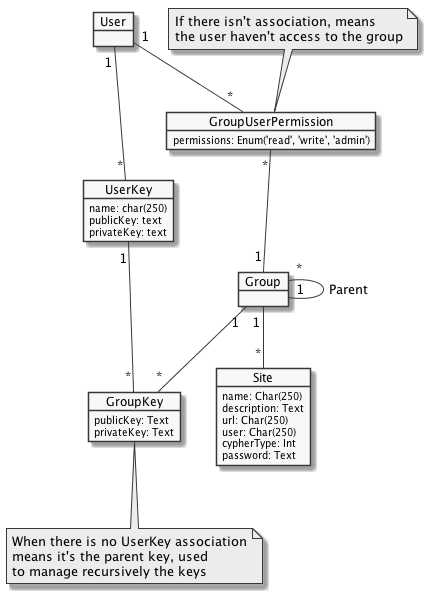
The PlantUML diagram doc/database.png in Dracks/password-manager-django, before a commit. The source it was exported from:
```plantuml
@startuml

skinparam monochrome true

object User {

}

object UserKey {
	name: char(250)
	publicKey: text
	privateKey: text
}

object Group {

}

object GroupKey {
	publicKey: Text
	privateKey: Text
}

note bottom
When there is no UserKey association
means it's the parent key, used
to manage recursively the keys
end note


object GroupUserPermission {
	permissions: Enum('read', 'write', 'admin')
}

note top
If there isn't association, means
the user haven't access to the group
end note

object Site {
	name: Char(250)
	description: Text
	url: Char(250)
	user: Char(250)
	cypherType: Int
	password: Text
}

User "1" -- "*" UserKey
User "1" -- "*" GroupUserPermission
GroupUserPermission "*" -- "1" Group
Group "*" -- "1" Group : Parent
Group "1" -- "*" Site
Group "1" -- "*" GroupKey
UserKey "1" -- "*" GroupKey

@enduml
```
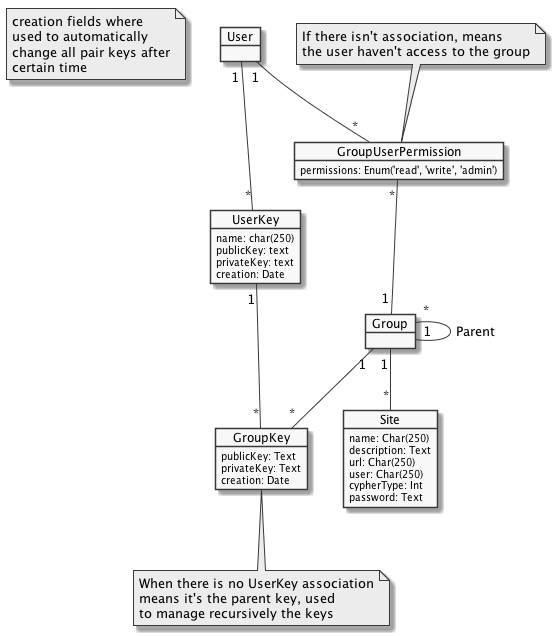
After the change.

Commit message:
Added creation field on keys data structures

Change to the diagram source:
```diff
@@ -1,6 +1,13 @@
 @startuml
 
 skinparam monochrome true
+
+note as N1
+creation fields where
+used to automatically
+change all pair keys after
+certain time
+end note
 
 object User {
 
@@ -10,6 +17,7 @@
 	name: char(250)
 	publicKey: text
 	privateKey: text
+	creation: Date
 }
 
 object Group {
@@ -19,6 +27,7 @@
 object GroupKey {
 	publicKey: Text
 	privateKey: Text
+	creation: Date
 }
 
 note bottom
```
